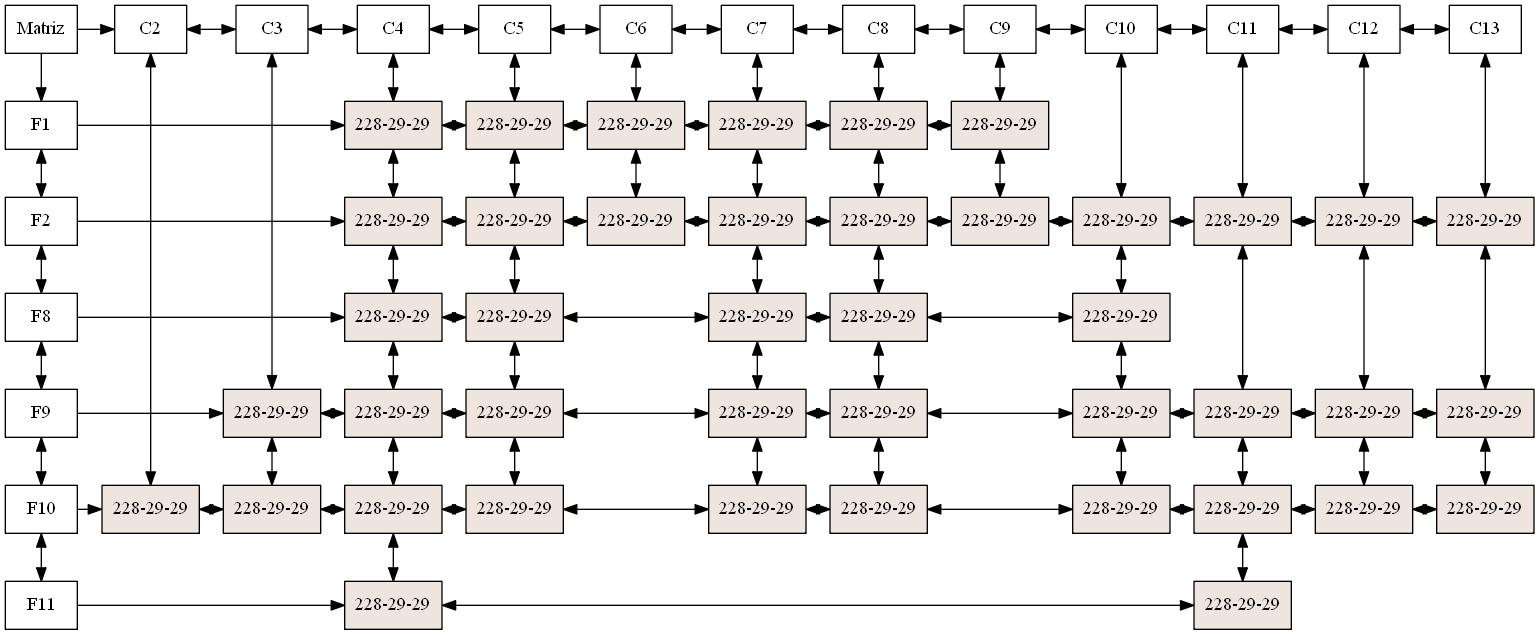
Earlier version of the Graphviz export Proyecto1/Matriz.png (Eduardo01004/EDD_2S2019_PY1_201612124). Its source is kept beside it as Proyecto1/Matriz.dot.
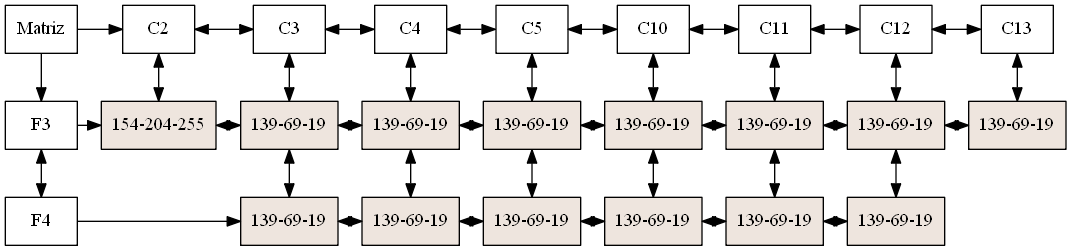
Above is the later version.

The edit, as a diff of the source:
```diff
@@ -1,173 +1,69 @@
 digraph G{
 node [shape = box]
 raiz[label="Matriz"  group=1];
-14463944 [label="F1" group = 1];
-14463912 [label="F2" group = 1];
-14464264 [label="F8" group = 1];
-14473480 [label="F9" group = 1];
-14473384 [label="F10" group = 1];
-14473032 [label="F11" group = 1];
-14463944->14463912[dir=both];
-14463912->14464264[dir=both];
-14464264->14473480[dir=both];
-14473480->14473384[dir=both];
-14473384->14473032[dir=both];
-14473000 [label="C2" group = 4];
-14473576 [label="C3" group = 5];
-14464424 [label="C4" group = 6];
-14464680 [label="C5" group = 7];
-14463848 [label="C6" group = 8];
-14463880 [label="C7" group = 9];
-14464040 [label="C8" group = 10];
-14464520 [label="C9" group = 11];
-14464136 [label="C10" group = 12];
-14464552 [label="C11" group = 13];
-14463976 [label="C12" group = 14];
-14464456 [label="C13" group = 15];
-14473000->14473576[dir=both];
-14473576->14464424[dir=both];
-14464424->14464680[dir=both];
-14464680->14463848[dir=both];
-14463848->14463880[dir=both];
-14463880->14464040[dir=both];
-14464040->14464520[dir=both];
-14464520->14464136[dir=both];
-14464136->14464552[dir=both];
-14464552->14463976[dir=both];
-14463976->14464456[dir=both];
-raiz -> 14463944;
-raiz -> 14473000;
-{ rank  = same; raiz 14473000; 14473576; 14464424; 14464680; 14463848; 14463880; 14464040; 14464520; 14464136; 14464552; 14463976; 14464456; }
-14470688 [style=filled,fillcolor=seashell2,label= "228-29-29" group = 4 ];
-14470296 [style=filled,fillcolor=seashell2,label= "228-29-29" group = 5 ];
-14470800 [style=filled,fillcolor=seashell2,label= "228-29-29" group = 5 ];
-14466240 [style=filled,fillcolor=seashell2,label= "228-29-29" group = 6 ];
-14469736 [style=filled,fillcolor=seashell2,label= "228-29-29" group = 6 ];
-14470072 [style=filled,fillcolor=seashell2,label= "228-29-29" group = 6 ];
-14469792 [style=filled,fillcolor=seashell2,label= "228-29-29" group = 6 ];
-14470744 [style=filled,fillcolor=seashell2,label= "228-29-29" group = 6 ];
-14474408 [style=filled,fillcolor=seashell2,label= "228-29-29" group = 6 ];
-14466576 [style=filled,fillcolor=seashell2,label= "228-29-29" group = 7 ];
-14471192 [style=filled,fillcolor=seashell2,label= "228-29-29" group = 7 ];
-14471248 [style=filled,fillcolor=seashell2,label= "228-29-29" group = 7 ];
-14470240 [style=filled,fillcolor=seashell2,label= "228-29-29" group = 7 ];
-14470856 [style=filled,fillcolor=seashell2,label= "228-29-29" group = 7 ];
-14466632 [style=filled,fillcolor=seashell2,label= "228-29-29" group = 8 ];
-14469568 [style=filled,fillcolor=seashell2,label= "228-29-29" group = 8 ];
-14467080 [style=filled,fillcolor=seashell2,label= "228-29-29" group = 9 ];
-14469680 [style=filled,fillcolor=seashell2,label= "228-29-29" group = 9 ];
-14469904 [style=filled,fillcolor=seashell2,label= "228-29-29" group = 9 ];
-14469960 [style=filled,fillcolor=seashell2,label= "228-29-29" group = 9 ];
-14470968 [style=filled,fillcolor=seashell2,label= "228-29-29" group = 9 ];
-14467192 [style=filled,fillcolor=seashell2,label= "228-29-29" group = 10 ];
-14470184 [style=filled,fillcolor=seashell2,label= "228-29-29" group = 10 ];
-14470352 [style=filled,fillcolor=seashell2,label= "228-29-29" group = 10 ];
-14470408 [style=filled,fillcolor=seashell2,label= "228-29-29" group = 10 ];
-14470912 [style=filled,fillcolor=seashell2,label= "228-29-29" group = 10 ];
-14471136 [style=filled,fillcolor=seashell2,label= "228-29-29" group = 11 ];
-14469624 [style=filled,fillcolor=seashell2,label= "228-29-29" group = 11 ];
-14471080 [style=filled,fillcolor=seashell2,label= "228-29-29" group = 12 ];
-14471304 [style=filled,fillcolor=seashell2,label= "228-29-29" group = 12 ];
-14470016 [style=filled,fillcolor=seashell2,label= "228-29-29" group = 12 ];
-14471024 [style=filled,fillcolor=seashell2,label= "228-29-29" group = 12 ];
-14470632 [style=filled,fillcolor=seashell2,label= "228-29-29" group = 13 ];
-14470464 [style=filled,fillcolor=seashell2,label= "228-29-29" group = 13 ];
-14471360 [style=filled,fillcolor=seashell2,label= "228-29-29" group = 13 ];
-14474072 [style=filled,fillcolor=seashell2,label= "228-29-29" group = 13 ];
-14469848 [style=filled,fillcolor=seashell2,label= "228-29-29" group = 14 ];
-14470520 [style=filled,fillcolor=seashell2,label= "228-29-29" group = 14 ];
-14471416 [style=filled,fillcolor=seashell2,label= "228-29-29" group = 14 ];
-14470128 [style=filled,fillcolor=seashell2,label= "228-29-29" group = 15 ];
-14470576 [style=filled,fillcolor=seashell2,label= "228-29-29" group = 15 ];
-14471472 [style=filled,fillcolor=seashell2,label= "228-29-29" group = 15 ];
-14463944->14466240;
-14466240->14466576[dir=both];
-14466576->14466632[dir=both];
-14466632->14467080[dir=both];
-14467080->14467192[dir=both];
-14467192->14471136[dir=both];
-{ rank = same; 14463944; 14466240; 14466576; 14466632; 14467080; 14467192; 14471136; }
-14463912->14469736;
-14469736->14471192[dir=both];
-14471192->14469568[dir=both];
-14469568->14469680[dir=both];
-14469680->14470184[dir=both];
-14470184->14469624[dir=both];
-14469624->14471080[dir=both];
-14471080->14470632[dir=both];
-14470632->14469848[dir=both];
-14469848->14470128[dir=both];
-{ rank = same; 14463912; 14469736; 14471192; 14469568; 14469680; 14470184; 14469624; 14471080; 14470632; 14469848; 14470128; }
-14464264->14470072;
-14470072->14471248[dir=both];
-14471248->14469904[dir=both];
-14469904->14470352[dir=both];
-14470352->14471304[dir=both];
-{ rank = same; 14464264; 14470072; 14471248; 14469904; 14470352; 14471304; }
-14473480->14470296;
-14470296->14469792[dir=both];
-14469792->14470240[dir=both];
-14470240->14469960[dir=both];
-14469960->14470408[dir=both];
-14470408->14470016[dir=both];
-14470016->14470464[dir=both];
-14470464->14470520[dir=both];
-14470520->14470576[dir=both];
-{ rank = same; 14473480; 14470296; 14469792; 14470240; 14469960; 14470408; 14470016; 14470464; 14470520; 14470576; }
-14473384->14470688;
-14470688->14470800[dir=both];
-14470800->14470744[dir=both];
-14470744->14470856[dir=both];
-14470856->14470968[dir=both];
-14470968->14470912[dir=both];
-14470912->14471024[dir=both];
-14471024->14471360[dir=both];
-14471360->14471416[dir=both];
-14471416->14471472[dir=both];
-{ rank = same; 14473384; 14470688; 14470800; 14470744; 14470856; 14470968; 14470912; 14471024; 14471360; 14471416; 14471472; }
-14473032->14474408;
-14474408->14474072[dir=both];
-{ rank = same; 14473032; 14474408; 14474072; }
-14473000->14470688[dir=both];
-14473576->14470296[dir=both];
-14470296->14470800[dir=both];
-14464424->14466240[dir=both];
-14466240->14469736[dir=both];
-14469736->14470072[dir=both];
-14470072->14469792[dir=both];
-14469792->14470744[dir=both];
-14470744->14474408[dir=both];
-14464680->14466576[dir=both];
-14466576->14471192[dir=both];
-14471192->14471248[dir=both];
-14471248->14470240[dir=both];
-14470240->14470856[dir=both];
-14463848->14466632[dir=both];
-14466632->14469568[dir=both];
-14463880->14467080[dir=both];
-14467080->14469680[dir=both];
-14469680->14469904[dir=both];
-14469904->14469960[dir=both];
-14469960->14470968[dir=both];
-14464040->14467192[dir=both];
-14467192->14470184[dir=both];
-14470184->14470352[dir=both];
-14470352->14470408[dir=both];
-14470408->14470912[dir=both];
-14464520->14471136[dir=both];
-14471136->14469624[dir=both];
-14464136->14471080[dir=both];
-14471080->14471304[dir=both];
-14471304->14470016[dir=both];
-14470016->14471024[dir=both];
-14464552->14470632[dir=both];
-14470632->14470464[dir=both];
-14470464->14471360[dir=both];
-14471360->14474072[dir=both];
-14463976->14469848[dir=both];
-14469848->14470520[dir=both];
-14470520->14471416[dir=both];
-14464456->14470128[dir=both];
-14470128->14470576[dir=both];
-14470576->14471472[dir=both];
+9841784 [label="F3" group = 1];
+9841848 [label="F4" group = 1];
+9841784->9841848[dir=both];
+9845128 [label="C2" group = 4];
+9845064 [label="C3" group = 5];
+9845352 [label="C4" group = 6];
+9845192 [label="C5" group = 7];
+9845608 [label="C10" group = 12];
+9841880 [label="C11" group = 13];
+9841816 [label="C12" group = 14];
+9841752 [label="C13" group = 15];
+9845128->9845064[dir=both];
+9845064->9845352[dir=both];
+9845352->9845192[dir=both];
+9845192->9845608[dir=both];
+9845608->9841880[dir=both];
+9841880->9841816[dir=both];
+9841816->9841752[dir=both];
+raiz -> 9841784;
+raiz -> 9845128;
+{ rank  = same; raiz 9845128; 9845064; 9845352; 9845192; 9845608; 9841880; 9841816; 9841752; }
+9826568 [style=filled,fillcolor=seashell2,label= "154-204-255" group = 4 ];
+9825952 [style=filled,fillcolor=seashell2,label= "139-69-19" group = 5 ];
+9827184 [style=filled,fillcolor=seashell2,label= "139-69-19" group = 5 ];
+9826848 [style=filled,fillcolor=seashell2,label= "139-69-19" group = 6 ];
+9826456 [style=filled,fillcolor=seashell2,label= "139-69-19" group = 6 ];
+9825672 [style=filled,fillcolor=seashell2,label= "139-69-19" group = 7 ];
+9825616 [style=filled,fillcolor=seashell2,label= "139-69-19" group = 7 ];
+9825560 [style=filled,fillcolor=seashell2,label= "139-69-19" group = 12 ];
+9825504 [style=filled,fillcolor=seashell2,label= "139-69-19" group = 12 ];
+9825336 [style=filled,fillcolor=seashell2,label= "139-69-19" group = 13 ];
+9825280 [style=filled,fillcolor=seashell2,label= "139-69-19" group = 13 ];
+9824832 [style=filled,fillcolor=seashell2,label= "139-69-19" group = 14 ];
+9824776 [style=filled,fillcolor=seashell2,label= "139-69-19" group = 14 ];
+9825168 [style=filled,fillcolor=seashell2,label= "139-69-19" group = 15 ];
+9841784->9826568;
+9826568->9825952[dir=both];
+9825952->9826848[dir=both];
+9826848->9825672[dir=both];
+9825672->9825560[dir=both];
+9825560->9825336[dir=both];
+9825336->9824832[dir=both];
+9824832->9825168[dir=both];
+{ rank = same; 9841784; 9826568; 9825952; 9826848; 9825672; 9825560; 9825336; 9824832; 9825168; }
+9841848->9827184;
+9827184->9826456[dir=both];
+9826456->9825616[dir=both];
+9825616->9825504[dir=both];
+9825504->9825280[dir=both];
+9825280->9824776[dir=both];
+{ rank = same; 9841848; 9827184; 9826456; 9825616; 9825504; 9825280; 9824776; }
+9845128->9826568[dir=both];
+9845064->9825952[dir=both];
+9825952->9827184[dir=both];
+9845352->9826848[dir=both];
+9826848->9826456[dir=both];
+9845192->9825672[dir=both];
+9825672->9825616[dir=both];
+9845608->9825560[dir=both];
+9825560->9825504[dir=both];
+9841880->9825336[dir=both];
+9825336->9825280[dir=both];
+9841816->9824832[dir=both];
+9824832->9824776[dir=both];
+9841752->9825168[dir=both];
 }
```
